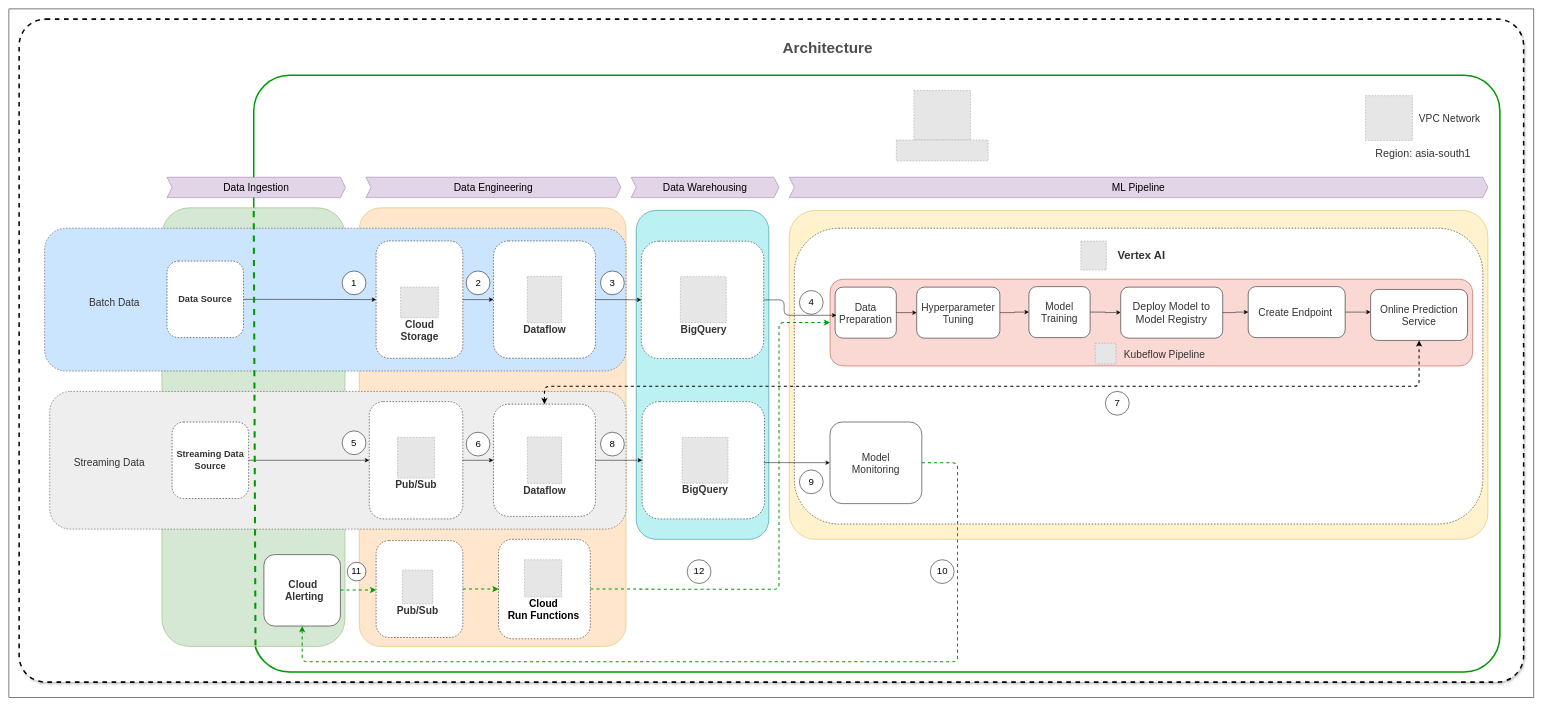
Before: ML Ops Architecture.drawio in adityasolanki205/Architecture_diagrams, a draw.io diagram. Source tidied: cells renumbered, new cells numbered last; positions are measured from the earlier drawing's top-left corner, leaving out a move shared by most shapes. Both pictures are drawn from the tidied source at 51%, with x=0, y=0 at pixel (9, 9). Pictures stored in the file or linked from it are replaced by grey dashed boxes.
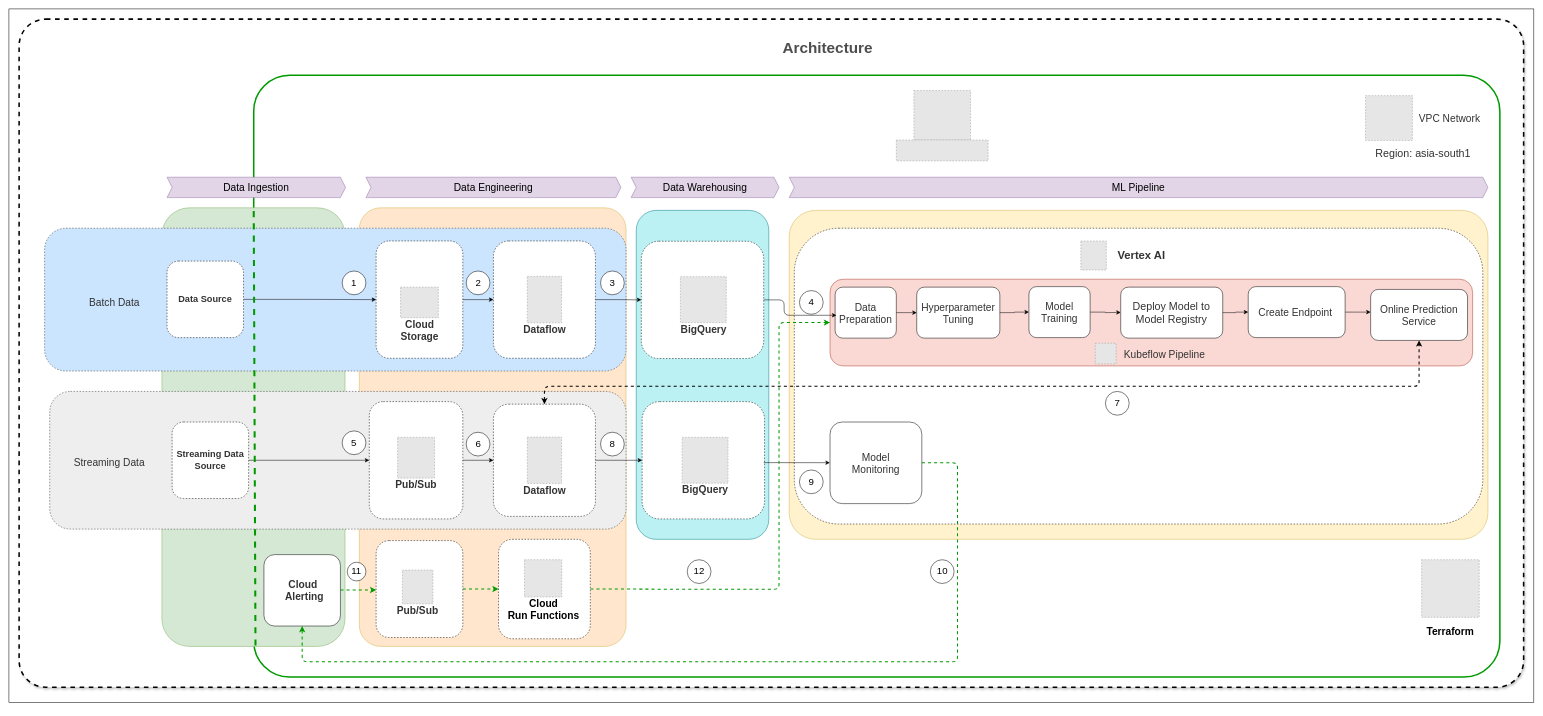
The same page after the edit.

Change to the diagram source:
```diff
@@
     <mxCell id="2" style="rounded=0;whiteSpace=wrap;html=1;" parent="1" vertex="1">
-      <mxGeometry width="2990" height="1350" as="geometry" />
+      <mxGeometry width="2990" height="1360" as="geometry" />
     </mxCell>
     <mxCell id="3" style="rounded=1;whiteSpace=wrap;html=1;arcSize=4;dashed=1;glass=0;shadow=1;strokeWidth=3;" parent="1" vertex="1">
-      <mxGeometry x="20" y="20" width="2950" height="1300" as="geometry" />
+      <mxGeometry x="20" y="20" width="2950" height="1310" as="geometry" />
     </mxCell>
     <mxCell id="4" style="rounded=1;whiteSpace=wrap;html=1;labelBackgroundColor=none;strokeColor=#009900;arcSize=6;strokeWidth=3;" parent="1" vertex="1">
-      <mxGeometry x="480" y="130" width="2443.4" height="1170" as="geometry" />
+      <mxGeometry x="480" y="130" width="2443.4" height="1180" as="geometry" />
     </mxCell>
@@
+    <mxCell id="111" style="fillColor=#E6E6E6;strokeColor=#999999;dashed=1;verticalLabelPosition=bottom;labelBackgroundColor=default;verticalAlign=top;" parent="1" vertex="1">
+      <mxGeometry x="2770" y="1080" width="113" height="113" as="geometry" />
+    </mxCell>
+    <mxCell id="112" value="&lt;font style=&quot;font-size: 20px;&quot;&gt;&lt;b&gt;Terraform&lt;/b&gt;&lt;/font&gt;" style="text;html=1;align=center;verticalAlign=middle;whiteSpace=wrap;rounded=0;" parent="1" vertex="1">
+      <mxGeometry x="2793.2" y="1205" width="66.5" height="30" as="geometry" />
+    </mxCell>
+    <mxCell id="113" style="edgeStyle=orthogonalEdgeStyle;rounded=0;orthogonalLoop=1;jettySize=auto;html=1;exitX=0.5;exitY=1;exitDx=0;exitDy=0;" parent="1" edge="1" source="2" target="2">
+      <mxGeometry relative="1" as="geometry" />
+    </mxCell>
```
